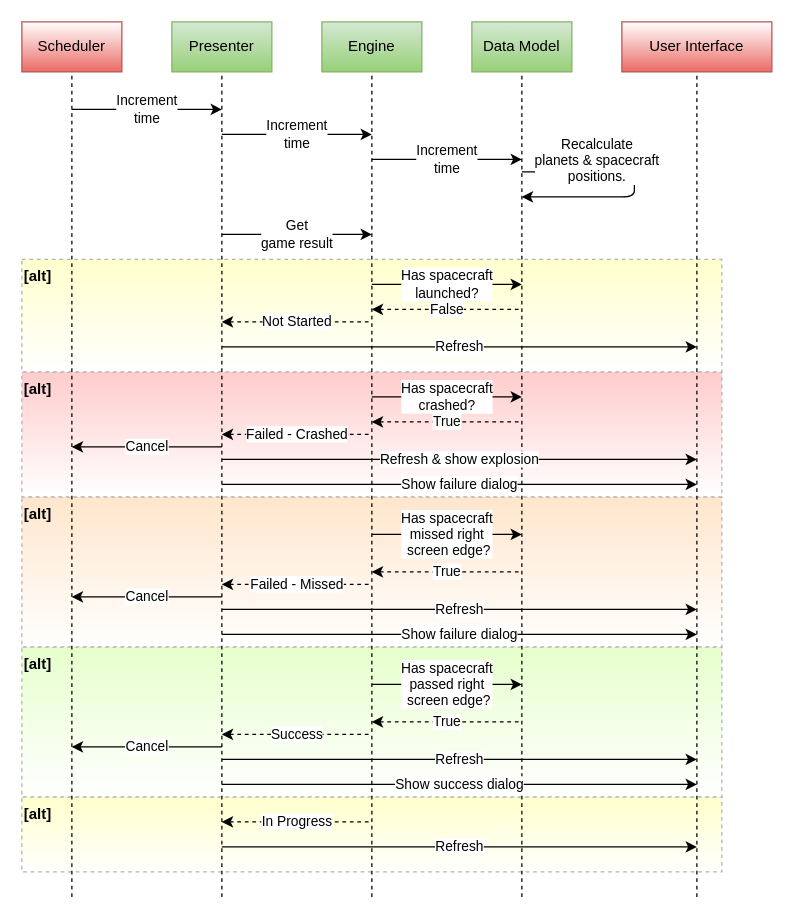
lbownik/star-drifter keeps this draw.io diagram as page "game_loop" (6 of 6) of docs/diagrams.drawio. Above is the earlier version. Source tidied: cells renumbered, new cells numbered last; positions are measured from the earlier drawing's top-left corner, leaving out a move shared by most shapes. Both pictures are drawn from the tidied source at 125%, with x=0, y=0 at pixel (21, 21).
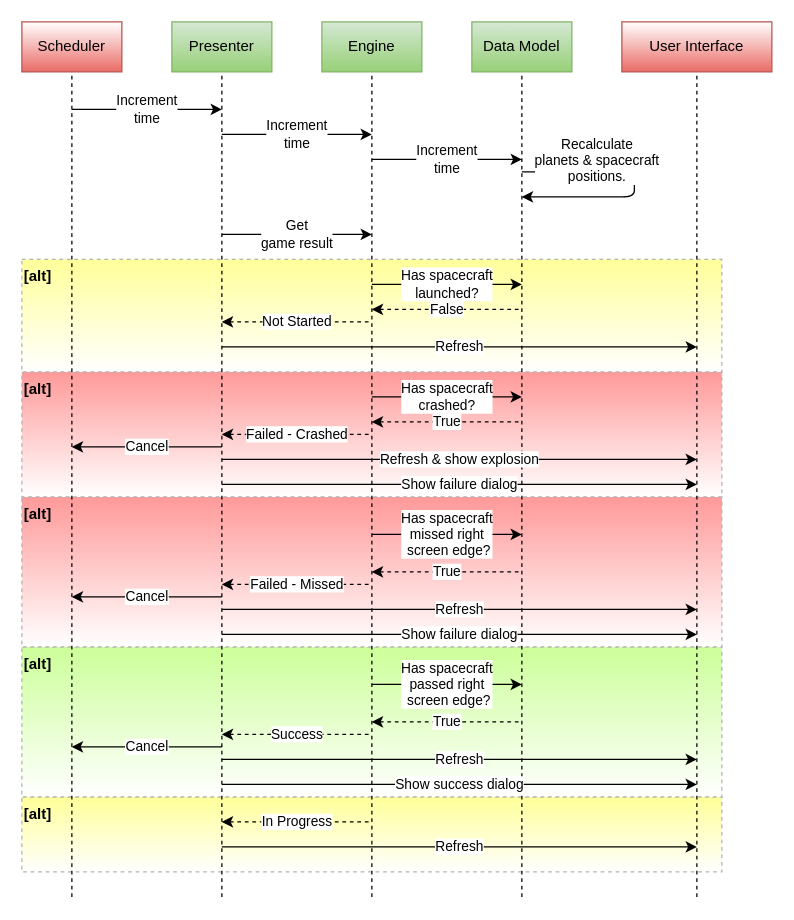
Above is the later version.

Commit message (it also covers changes not shown here):
diagram colors fixed

Change to the diagram source:
```diff
@@
-    <mxCell id="2" value="[alt]" style="rounded=0;whiteSpace=wrap;html=1;align=left;verticalAlign=top;fontStyle=1;dashed=1;gradientColor=#ffffff;fillColor=#FFFFCC;strokeColor=#B3B3B3;" parent="1" vertex="1">
+    <mxCell id="2" value="[alt]" style="rounded=0;whiteSpace=wrap;html=1;align=left;verticalAlign=top;fontStyle=1;dashed=1;gradientColor=#ffffff;strokeColor=#B3B3B3;fillColor=#FFFF99;" parent="1" vertex="1">
       <mxGeometry y="620" width="560" height="60" as="geometry" />
     </mxCell>
-    <mxCell id="3" value="[alt]" style="rounded=0;whiteSpace=wrap;html=1;align=left;verticalAlign=top;fontStyle=1;dashed=1;gradientColor=#ffffff;fillColor=#E6FFCC;strokeColor=#B3B3B3;" parent="1" vertex="1">
+    <mxCell id="3" value="[alt]" style="rounded=0;whiteSpace=wrap;html=1;align=left;verticalAlign=top;fontStyle=1;dashed=1;gradientColor=#ffffff;strokeColor=#B3B3B3;fillColor=#CCFF99;" parent="1" vertex="1">
       <mxGeometry y="500" width="560" height="120" as="geometry" />
     </mxCell>
-    <mxCell id="4" value="[alt]" style="rounded=0;whiteSpace=wrap;html=1;align=left;verticalAlign=top;fontStyle=1;dashed=1;gradientColor=#ffffff;fillColor=#FFE6CC;strokeColor=#B3B3B3;" parent="1" vertex="1">
+    <mxCell id="4" value="[alt]" style="rounded=0;whiteSpace=wrap;html=1;align=left;verticalAlign=top;fontStyle=1;dashed=1;gradientColor=#ffffff;strokeColor=#B3B3B3;fillColor=#FF9999;" parent="1" vertex="1">
       <mxGeometry y="380" width="560" height="120" as="geometry" />
     </mxCell>
-    <mxCell id="5" value="[alt]" style="rounded=0;whiteSpace=wrap;html=1;align=left;verticalAlign=top;fontStyle=1;dashed=1;gradientColor=#ffffff;fillColor=#FFCCCC;strokeColor=#B3B3B3;" parent="1" vertex="1">
+    <mxCell id="5" value="[alt]" style="rounded=0;whiteSpace=wrap;html=1;align=left;verticalAlign=top;fontStyle=1;dashed=1;gradientColor=#ffffff;strokeColor=#B3B3B3;fillColor=#FF9999;" parent="1" vertex="1">
       <mxGeometry y="280" width="560" height="100" as="geometry" />
     </mxCell>
-    <mxCell id="6" value="[alt]" style="rounded=0;whiteSpace=wrap;html=1;align=left;verticalAlign=top;fontStyle=1;dashed=1;gradientColor=#ffffff;fillColor=#FFFFCC;strokeColor=#B3B3B3;" parent="1" vertex="1">
+    <mxCell id="6" value="[alt]" style="rounded=0;whiteSpace=wrap;html=1;align=left;verticalAlign=top;fontStyle=1;dashed=1;gradientColor=#ffffff;strokeColor=#B3B3B3;fillColor=#FFFF99;" parent="1" vertex="1">
       <mxGeometry y="190" width="560" height="90" as="geometry" />
     </mxCell>
```
